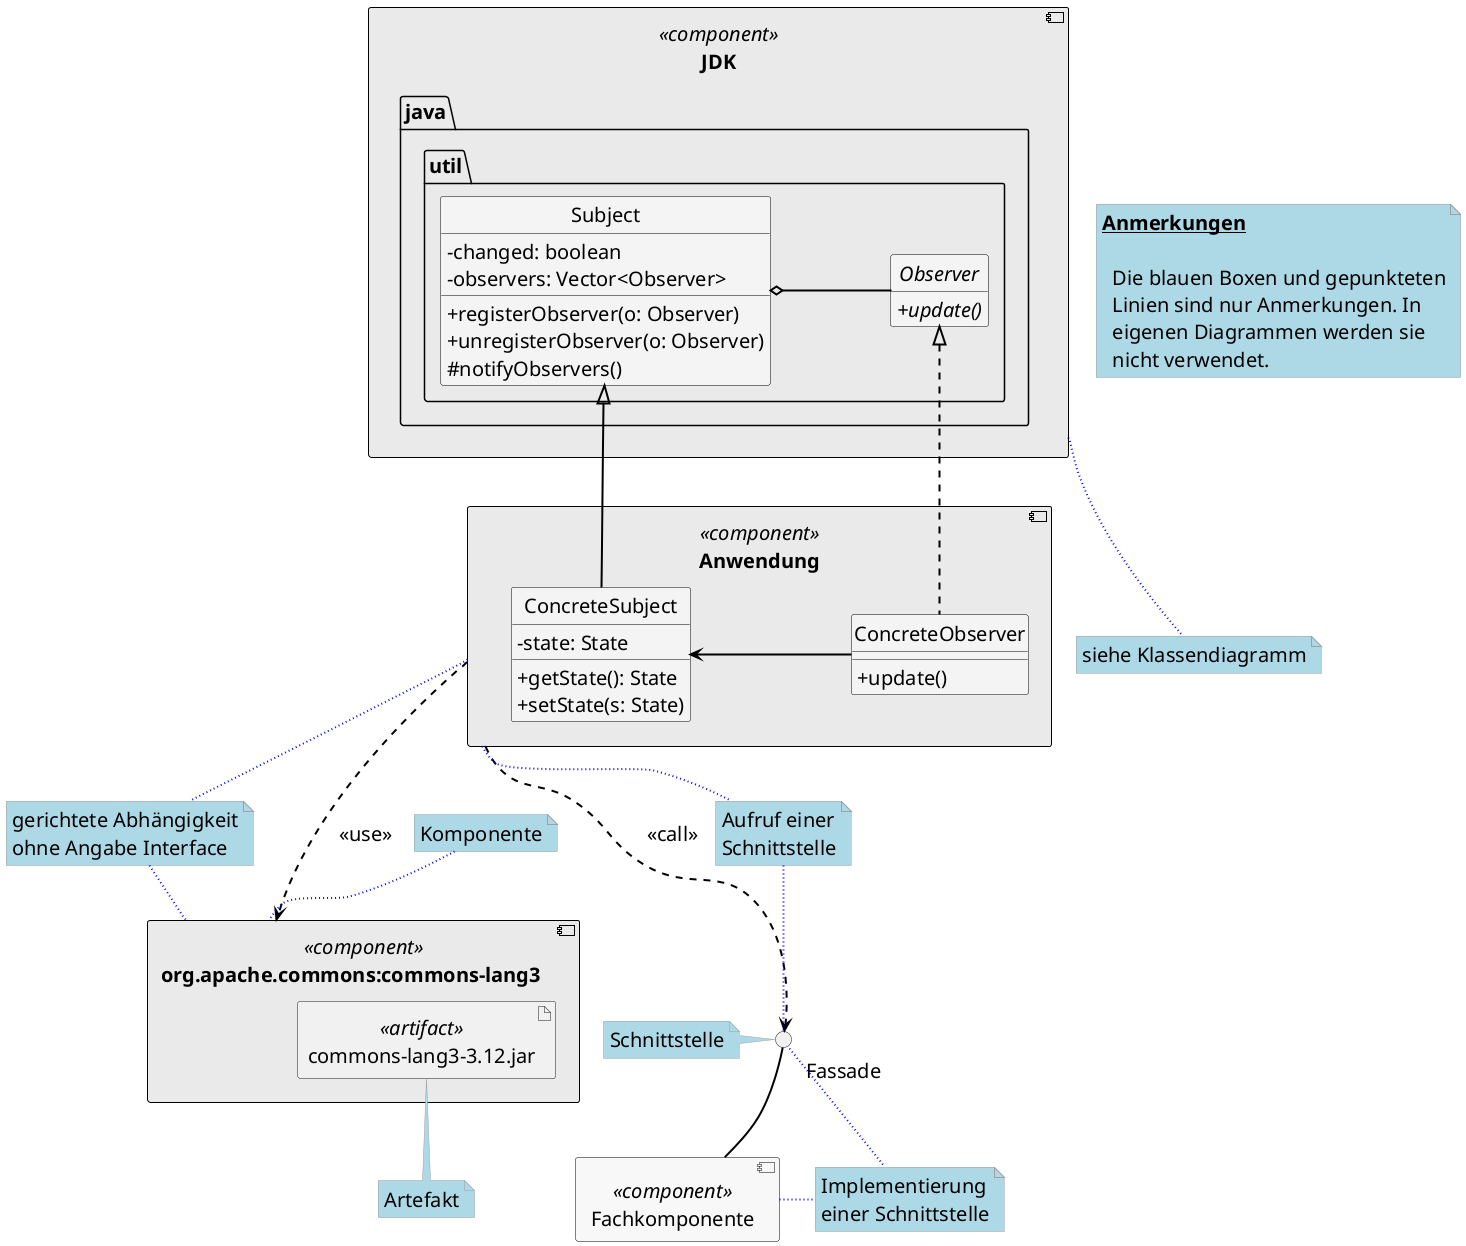
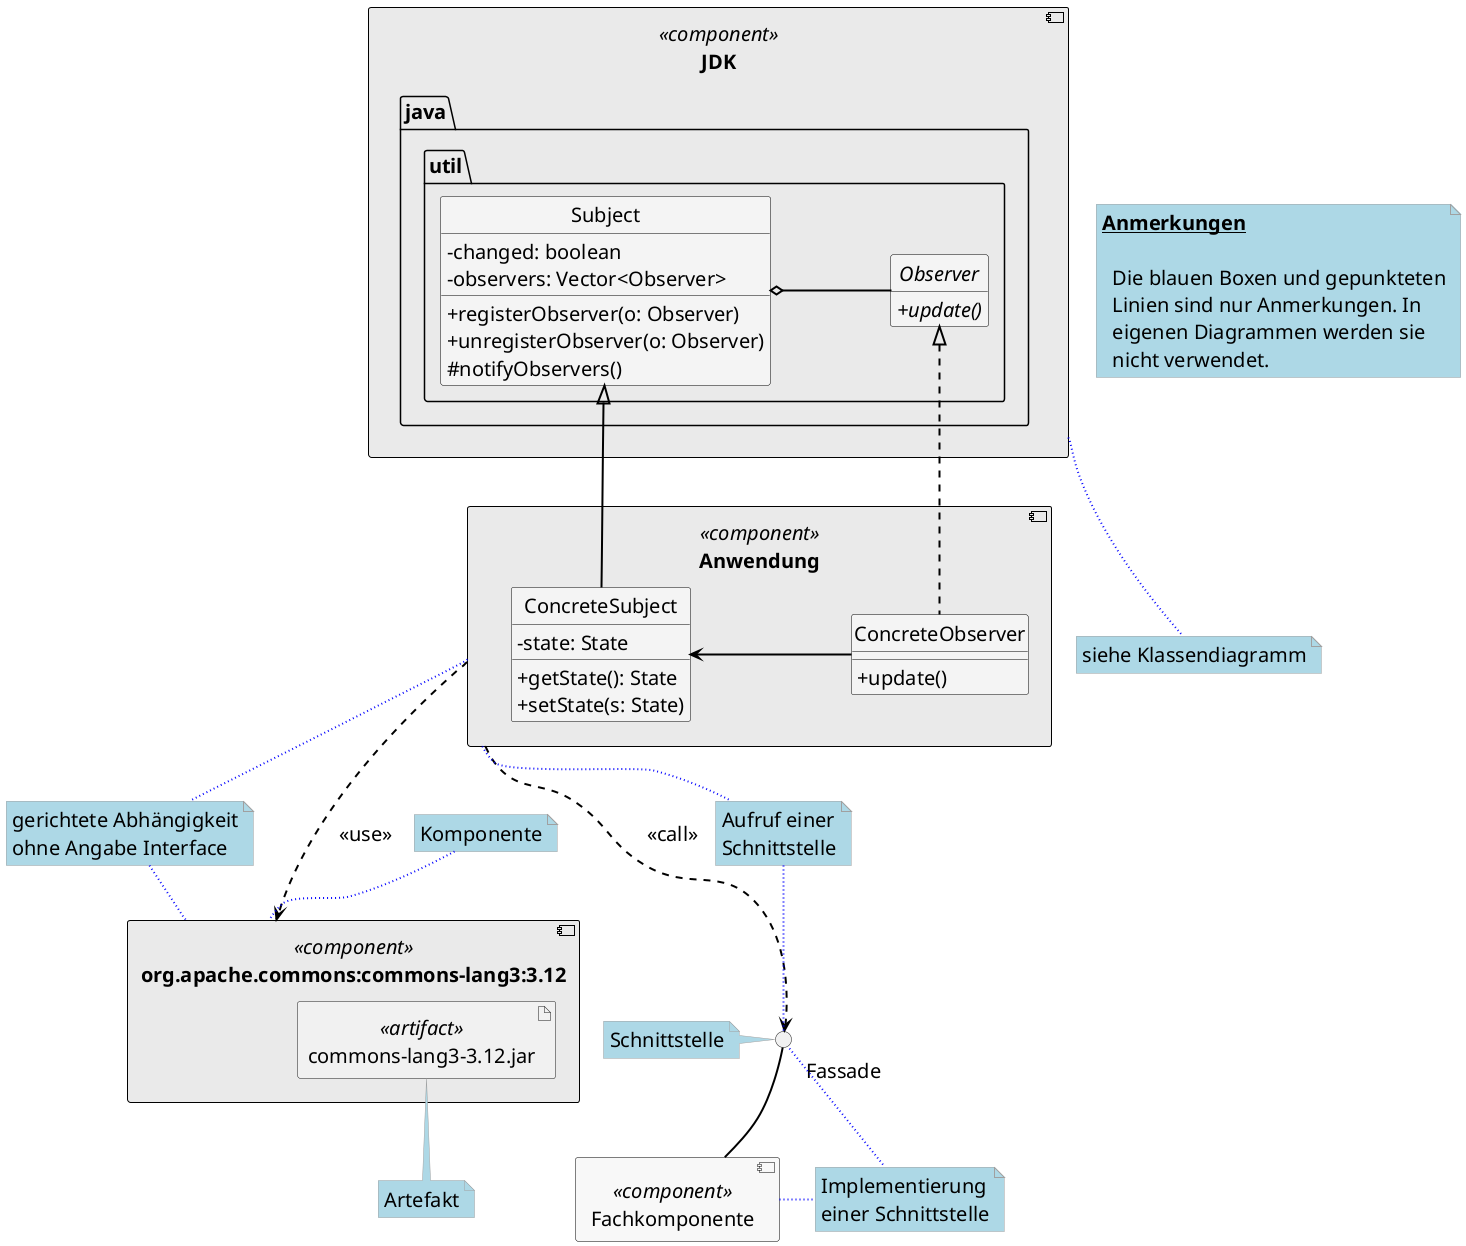
@startuml

skinparam note {
  BackgroundColor LightBlue
  BorderColor #a0a0a0
  FontName Arial
  FontSize 14
  FontColor black
  RoundCorner 15
  LineType solid
}

skinparam component {
  BackgroundColor #f8f8f8
  BorderColor #a0a0a0
  BackgroundColor<<Main>> #FFFF00
  BorderColor black
  FontName Arial Unicode MS
  FontSize 20
  ArrowFontName Arial Unicode MS
  ArrowFontSize 18
}

skinparam package {
  BackgroundColor #eaeaea
  BorderColor #a0a0a0
  BackgroundColor<<Main>> gold
  BorderColor black
  ArrowColor black
  FontName Arial Unicode MS
  FontSize 20
}

skinparam class {
  BackgroundColor #f4f4f4
  BorderColor #a0a0a0
  BackgroundColor<<Main>> gold
  BorderColor black
  ArrowColor black
  FontName Arial Unicode MS
  FontSize 20
}
skinparam classFontSize 24
skinparam classAttributeIconSize 0
skinparam defaultFontSize 20

skinparam ArrowColor black
skinparam ArrowThickness 2

hide circle
hide interface fields
skinparam componentStyle uml2

component "Anwendung" <<component>> as anwendung {
    class ConcreteSubject {
        -state: State
        +getState(): State
        +setState(s: State)
    }

    class ConcreteObserver {
        +update()
    }

}

component "Fachkomponente" <<component>> as fachkomponente {
}

- component " org.apache.commons:commons-lang3      " <<component>> as library {
+ component " org.apache.commons:commons-lang3:3.12 " <<component>> as library {
    artifact commons-lang3-3.12.jar <<artifact>> as lang {
    }
}

component "JDK" <<component>> as Bibliothek {

    package java.util {

        class Subject {
            - changed: boolean
            - observers: Vector<Observer>
            +registerObserver(o: Observer)
            +unregisterObserver(o: Observer)
            #notifyObservers()
        }


        interface Observer {
            +update() {abstract}
        }

    }
}

anwendung ..right.> library : <<use>>
Subject <|-- ConcreteSubject
Subject o- Observer : \t\t

Observer <|.. ConcreteObserver
ConcreteSubject <- ConcreteObserver : \t\t\t

circle "   \t\t\tFassade " as fassade

anwendung ..> fassade : "<<call>>"
fassade -- fachkomponente

note as notes
  <u><b>Anmerkungen</b></u>

    Die blauen Boxen und gepunkteten
    Linien sind nur Anmerkungen. In
    eigenen Diagrammen werden sie
    nicht verwendet.
end note

note "siehe Klassendiagramm" as klassendiagramm
note "Artefakt" as artefact
note "Komponente" as component
note "Implementierung\neiner Schnittstelle" as Implementierung
note "Aufruf einer\nSchnittstelle" as Use
note "gerichtete Abhängigkeit\nohne Angabe Interface" as Dependency
note "Schnittstelle" as schnittstelle

fassade .[#blue,dotted]down. Implementierung
fachkomponente .[#blue,dotted]right. Implementierung
fassade .[#blue,dotted]left. schnittstelle

anwendung .down[#blue,dotted]. Dependency
library .up[#blue,dotted]. Dependency

anwendung .[#blue,dotted]down. Use
fassade .[#blue,dotted]up. Use

lang .[#blue,dotted]down. artefact
library .[#blue,dotted]up. component
klassendiagramm .[#blue,dotted]up. Bibliothek

@enduml
